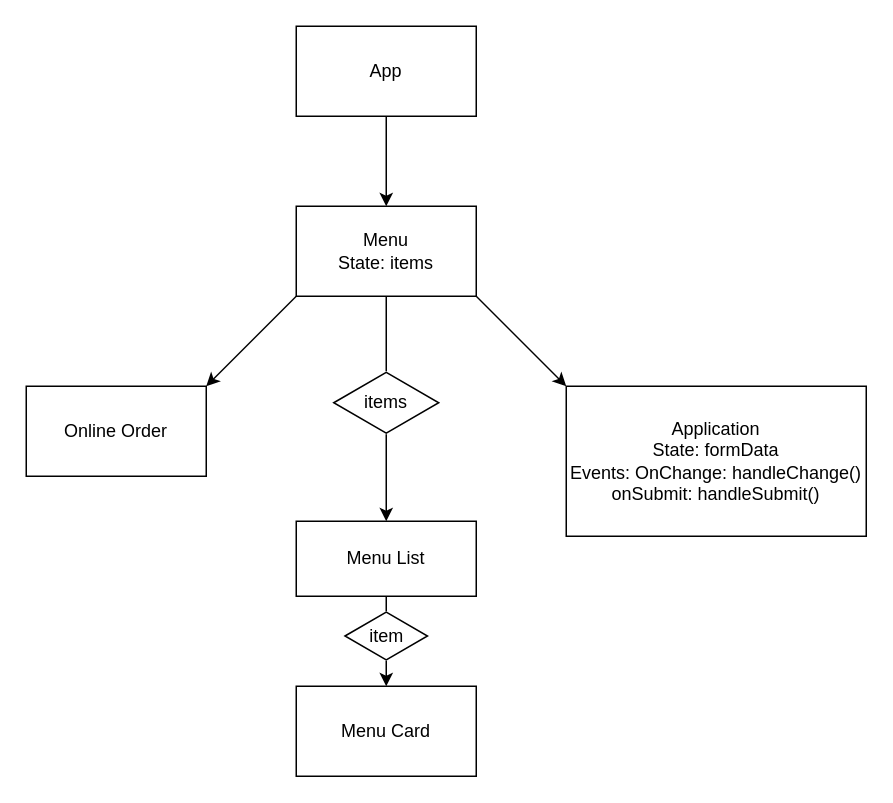
Above: my-app/src/frame.drawio in cfish12345/Phase-2-project (draw.io), before the change. Source tidied: cells renumbered, new cells numbered last; positions are measured from the earlier drawing's top-left corner, leaving out a move shared by most shapes. Both pictures are drawn from the tidied source at 150%, with x=0, y=0 at pixel (26, 26).
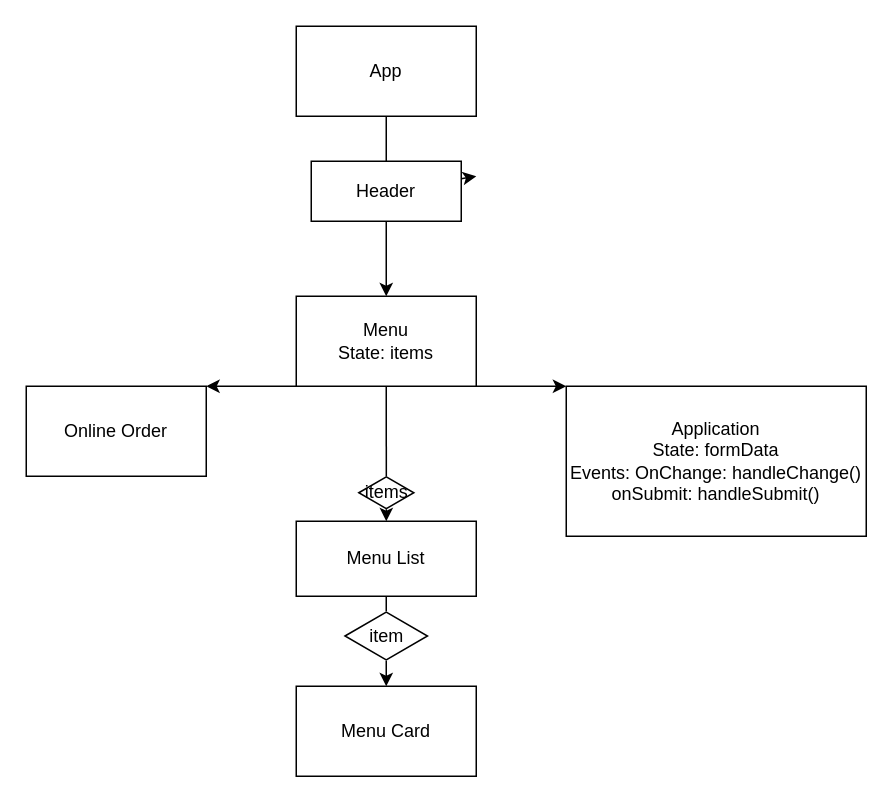
The same page after the edit.

The change refers to these unchanged cells:
```xml
<mxCell id="5" value="App" style="rounded=0;whiteSpace=wrap;html=1;" parent="1" vertex="1">
  <mxGeometry x="180" width="120" height="60" as="geometry" />
</mxCell>
```

The edit, as a diff of the source:
```diff
@@
-    <mxCell id="4" style="edgeStyle=none;html=1;exitX=0.5;exitY=1;exitDx=0;exitDy=0;entryX=0.5;entryY=0;entryDx=0;entryDy=0;" parent="1" edge="1" source="5" target="9">
+    <mxCell id="4" style="edgeStyle=none;html=1;exitX=0.5;exitY=1;exitDx=0;exitDy=0;entryX=0.5;entryY=0;entryDx=0;entryDy=0;startArrow=none;" parent="1" edge="1" source="20" target="9">
       <mxGeometry relative="1" as="geometry" />
     </mxCell>
@@
     <mxCell id="9" value="Menu&lt;br&gt;State: items" style="rounded=0;whiteSpace=wrap;html=1;" parent="1" vertex="1">
-      <mxGeometry x="180" y="120" width="120" height="60" as="geometry" />
+      <mxGeometry x="180" y="180" width="120" height="60" as="geometry" />
     </mxCell>
@@
     <mxCell id="15" value="items" style="html=1;whiteSpace=wrap;shape=isoRectangle;" parent="1" vertex="1">
-      <mxGeometry x="205" y="230" width="70" height="42" as="geometry" />
+      <mxGeometry x="221.7" y="300" width="36.7" height="22" as="geometry" />
     </mxCell>
@@
+    <mxCell id="19" style="edgeStyle=none;html=1;" parent="1" edge="1" source="20">
+      <mxGeometry relative="1" as="geometry">
+        <mxPoint x="300" y="100" as="targetPoint" />
+      </mxGeometry>
+    </mxCell>
+    <mxCell id="20" value="Header" style="rounded=0;whiteSpace=wrap;html=1;" parent="1" vertex="1">
+      <mxGeometry x="190" y="90" width="100" height="40" as="geometry" />
+    </mxCell>
+    <mxCell id="21" style="edgeStyle=none;html=1;exitX=0.5;exitY=1;exitDx=0;exitDy=0;entryX=0.5;entryY=0;entryDx=0;entryDy=0;endArrow=none;" parent="1" edge="1" source="5" target="20">
+      <mxGeometry relative="1" as="geometry" />
+    </mxCell>
```
